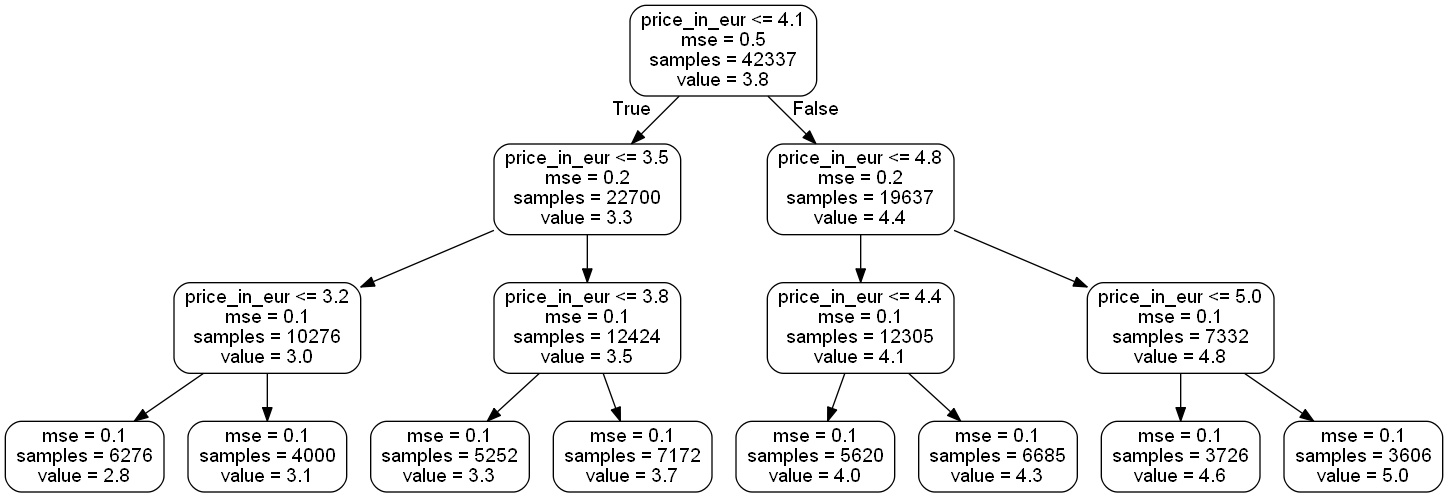
The Graphviz diagram small_tree.png in jonasfaehrmann/htw-data-mining-2020, before a commit. Its source is kept beside it as small_tree.dot.
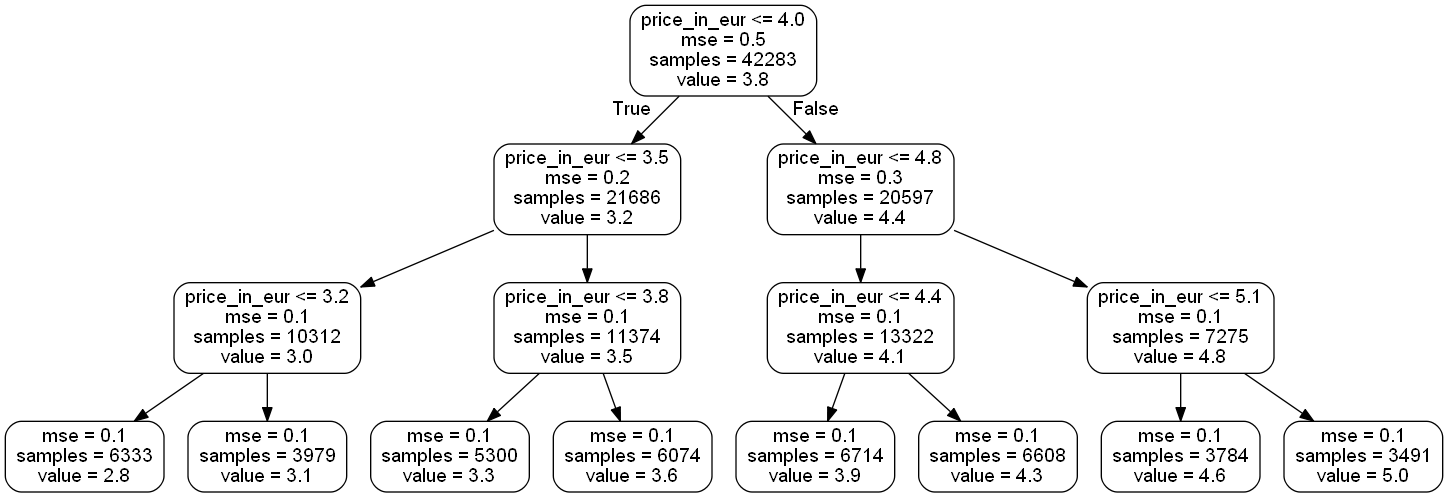
The same file after the commit.

Commit message:
cleaned the files and transfered input from price ana to desc price

Diff of the diagram source:
```diff
@@ -1,33 +1,33 @@
 digraph Tree {
 node [shape=box, style="rounded", color="black", fontname=helvetica] ;
 edge [fontname=helvetica] ;
-0 [label="price_in_eur <= 4.1\nmse = 0.5\nsamples = 42337\nvalue = 3.8"] ;
-1 [label="price_in_eur <= 3.5\nmse = 0.2\nsamples = 22700\nvalue = 3.3"] ;
+0 [label="price_in_eur <= 4.0\nmse = 0.5\nsamples = 42283\nvalue = 3.8"] ;
+1 [label="price_in_eur <= 3.5\nmse = 0.2\nsamples = 21686\nvalue = 3.2"] ;
 0 -> 1 [labeldistance=2.5, labelangle=45, headlabel="True"] ;
-2 [label="price_in_eur <= 3.2\nmse = 0.1\nsamples = 10276\nvalue = 3.0"] ;
+2 [label="price_in_eur <= 3.2\nmse = 0.1\nsamples = 10312\nvalue = 3.0"] ;
 1 -> 2 ;
-3 [label="mse = 0.1\nsamples = 6276\nvalue = 2.8"] ;
+3 [label="mse = 0.1\nsamples = 6333\nvalue = 2.8"] ;
 2 -> 3 ;
-4 [label="mse = 0.1\nsamples = 4000\nvalue = 3.1"] ;
+4 [label="mse = 0.1\nsamples = 3979\nvalue = 3.1"] ;
 2 -> 4 ;
-5 [label="price_in_eur <= 3.8\nmse = 0.1\nsamples = 12424\nvalue = 3.5"] ;
+5 [label="price_in_eur <= 3.8\nmse = 0.1\nsamples = 11374\nvalue = 3.5"] ;
 1 -> 5 ;
-6 [label="mse = 0.1\nsamples = 5252\nvalue = 3.3"] ;
+6 [label="mse = 0.1\nsamples = 5300\nvalue = 3.3"] ;
 5 -> 6 ;
-7 [label="mse = 0.1\nsamples = 7172\nvalue = 3.7"] ;
+7 [label="mse = 0.1\nsamples = 6074\nvalue = 3.6"] ;
 5 -> 7 ;
-8 [label="price_in_eur <= 4.8\nmse = 0.2\nsamples = 19637\nvalue = 4.4"] ;
+8 [label="price_in_eur <= 4.8\nmse = 0.3\nsamples = 20597\nvalue = 4.4"] ;
 0 -> 8 [labeldistance=2.5, labelangle=-45, headlabel="False"] ;
-9 [label="price_in_eur <= 4.4\nmse = 0.1\nsamples = 12305\nvalue = 4.1"] ;
+9 [label="price_in_eur <= 4.4\nmse = 0.1\nsamples = 13322\nvalue = 4.1"] ;
 8 -> 9 ;
-10 [label="mse = 0.1\nsamples = 5620\nvalue = 4.0"] ;
+10 [label="mse = 0.1\nsamples = 6714\nvalue = 3.9"] ;
 9 -> 10 ;
-11 [label="mse = 0.1\nsamples = 6685\nvalue = 4.3"] ;
+11 [label="mse = 0.1\nsamples = 6608\nvalue = 4.3"] ;
 9 -> 11 ;
-12 [label="price_in_eur <= 5.0\nmse = 0.1\nsamples = 7332\nvalue = 4.8"] ;
+12 [label="price_in_eur <= 5.1\nmse = 0.1\nsamples = 7275\nvalue = 4.8"] ;
 8 -> 12 ;
-13 [label="mse = 0.1\nsamples = 3726\nvalue = 4.6"] ;
+13 [label="mse = 0.1\nsamples = 3784\nvalue = 4.6"] ;
 12 -> 13 ;
-14 [label="mse = 0.1\nsamples = 3606\nvalue = 5.0"] ;
+14 [label="mse = 0.1\nsamples = 3491\nvalue = 5.0"] ;
 12 -> 14 ;
 }
```
